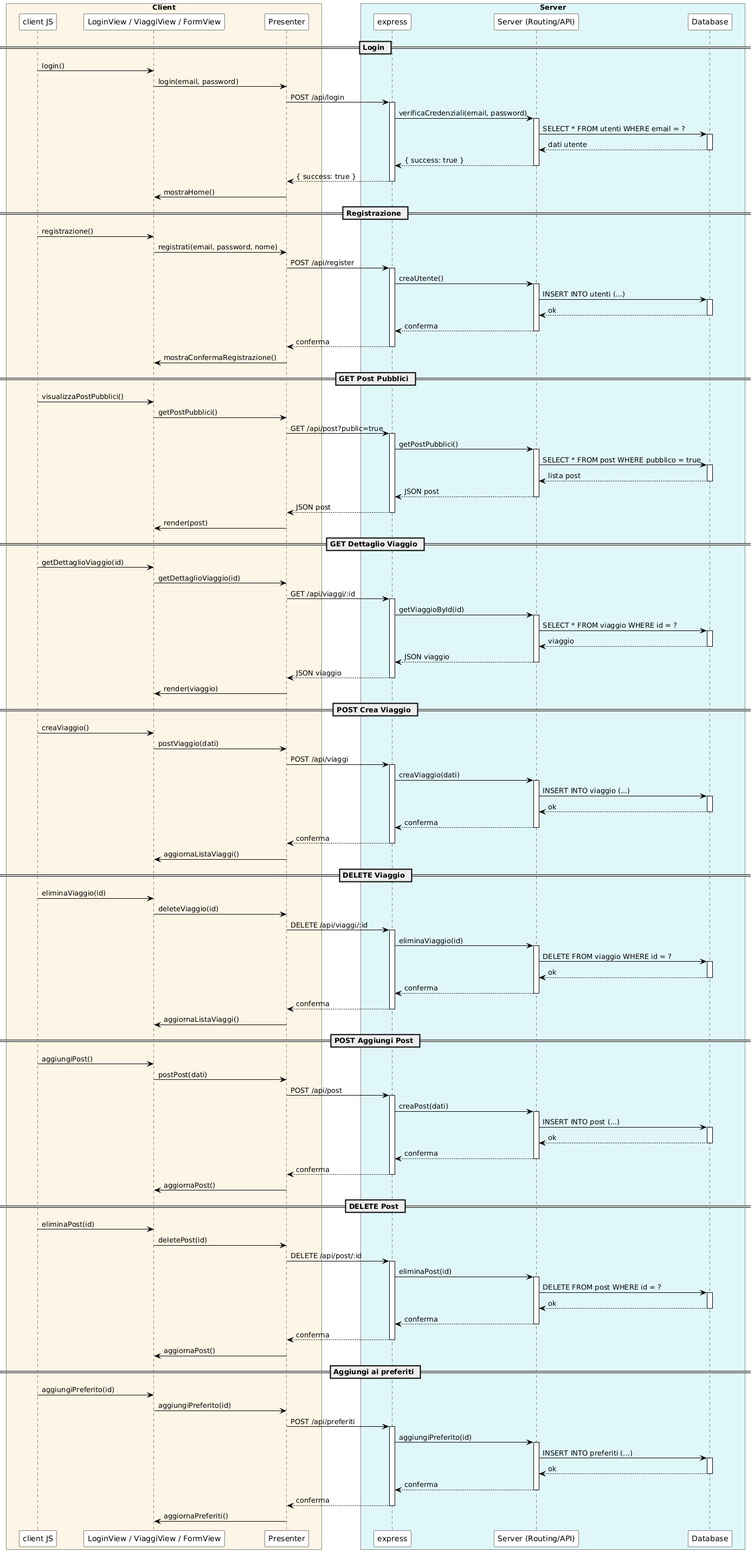
Above: iDocs-master/assets/images/dig-sequenza.png in davelzn/DiarioDiViaggio (PlantUML), before the change.
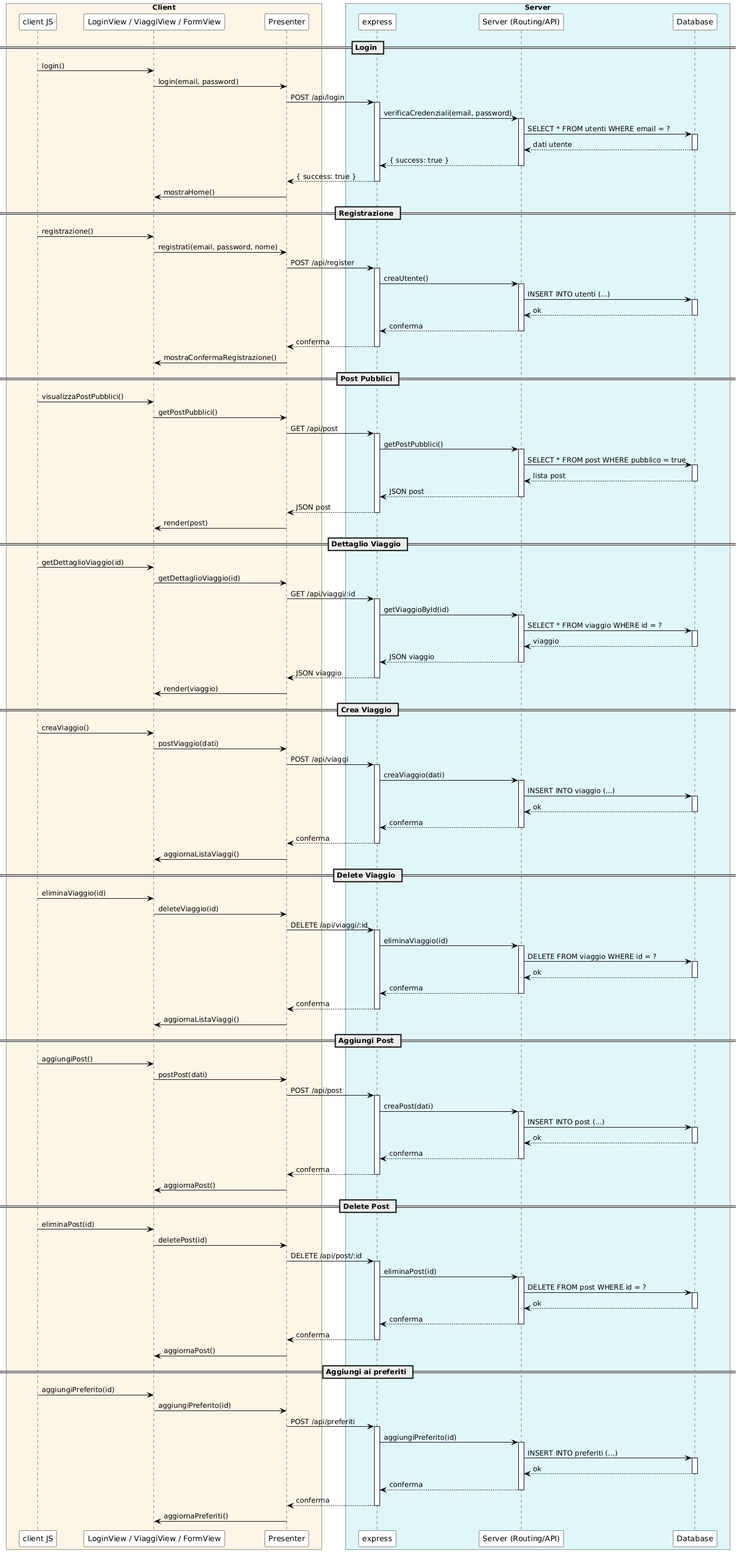
After the change.

Change to the diagram source:
```diff
@@ -59,10 +59,10 @@
 deactivate Express
 Presenter -> View : mostraConfermaRegistrazione()
 
-== GET Post Pubblici ==
+==  Post Pubblici ==
 ClientJS -> View : visualizzaPostPubblici()
 View -> Presenter : getPostPubblici()
-Presenter -> Express : GET /api/post?public=true
+Presenter -> Express : GET /api/post
 activate Express
 Express -> Server : getPostPubblici()
 activate Server
@@ -76,7 +76,7 @@
 deactivate Express
 Presenter -> View : render(post)
 
-== GET Dettaglio Viaggio ==
+==  Dettaglio Viaggio ==
 ClientJS -> View : getDettaglioViaggio(id)
 View -> Presenter : getDettaglioViaggio(id)
 Presenter -> Express : GET /api/viaggi/:id
@@ -93,7 +93,7 @@
 deactivate Express
 Presenter -> View : render(viaggio)
 
-== POST Crea Viaggio ==
+==  Crea Viaggio ==
 ClientJS -> View : creaViaggio()
 View -> Presenter : postViaggio(dati)
 Presenter -> Express : POST /api/viaggi
@@ -110,7 +110,7 @@
 deactivate Express
 Presenter -> View : aggiornaListaViaggi()
 
-== DELETE Viaggio ==
+== Delete Viaggio ==
 ClientJS -> View : eliminaViaggio(id)
 View -> Presenter : deleteViaggio(id)
 Presenter -> Express : DELETE /api/viaggi/:id
@@ -127,7 +127,7 @@
 deactivate Express
 Presenter -> View : aggiornaListaViaggi()
 
-== POST Aggiungi Post ==
+== Aggiungi Post ==
 ClientJS -> View : aggiungiPost()
 View -> Presenter : postPost(dati)
 Presenter -> Express : POST /api/post
@@ -144,7 +144,7 @@
 deactivate Express
 Presenter -> View : aggiornaPost()
 
-== DELETE Post ==
+== Delete Post ==
 ClientJS -> View : eliminaPost(id)
 View -> Presenter : deletePost(id)
 Presenter -> Express : DELETE /api/post/:id
```
